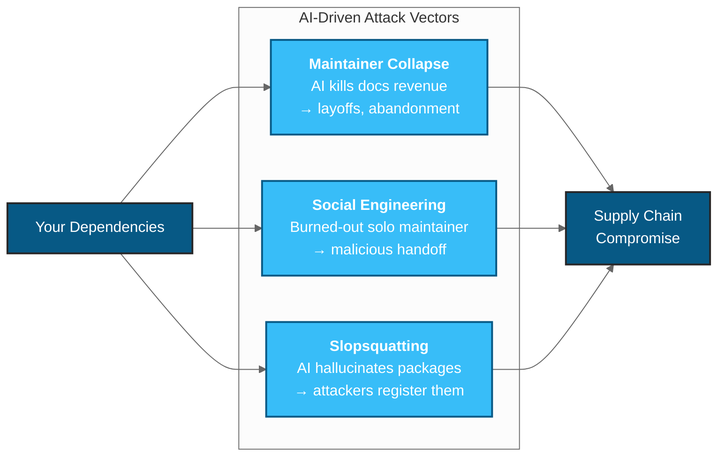
The Mermaid diagram src/assets/images/ai-attack-vectors.png in clouatre-labs/clouatre.ca, before a commit. Its source is kept beside it as src/assets/diagrams/ai-attack-vectors.mmd. The source it was exported from:
```mermaid
flowchart LR
    subgraph vectors["AI-Driven Attack Vectors"]
        direction TB
        V1["<b>Maintainer Collapse</b><br/>AI kills docs revenue<br/>→ layoffs, abandonment"]
        V2["<b>Social Engineering</b><br/>Burned-out solo maintainer<br/>→ malicious handoff"]
        V3["<b>Slopsquatting</b><br/>AI hallucinates packages<br/>→ attackers register them"]
    end

    DEP["Your Dependencies"]
    RISK["Supply Chain<br/>Compromise"]

    DEP --> V1
    DEP --> V2
    DEP --> V3
    V1 --> RISK
    V2 --> RISK
    V3 --> RISK

    classDef primary fill:#075985,stroke:#282728,stroke-width:2px,color:#fff
    classDef accent fill:#38bdf8,stroke:#075985,stroke-width:2px,color:#fff
    classDef muted fill:#fdfdfd,stroke:#ece9e9,stroke-width:1px,color:#282728

    class DEP,RISK primary
    class V1,V2,V3 accent
```
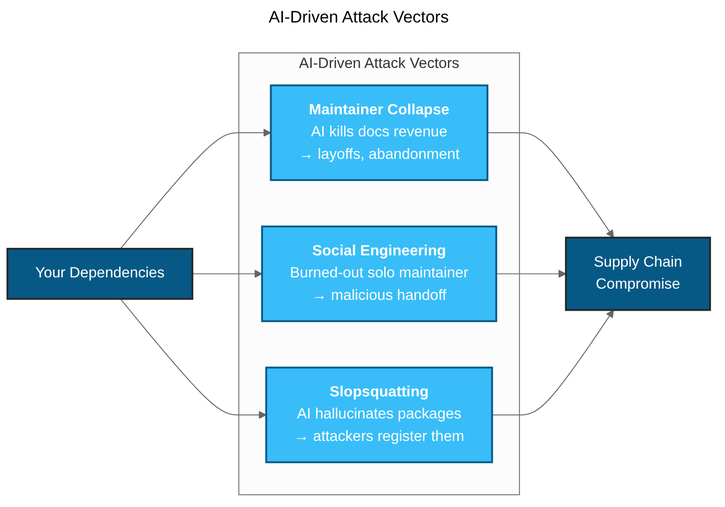
Later version of the same file.

Commit message:
docs(blog): add two-tier ecosystem diagram with tier labels

What changed in the source:
```diff
@@ -1,3 +1,6 @@
+---
+title: AI-Driven Attack Vectors
+---
 flowchart LR
     subgraph vectors["AI-Driven Attack Vectors"]
         direction TB
```
